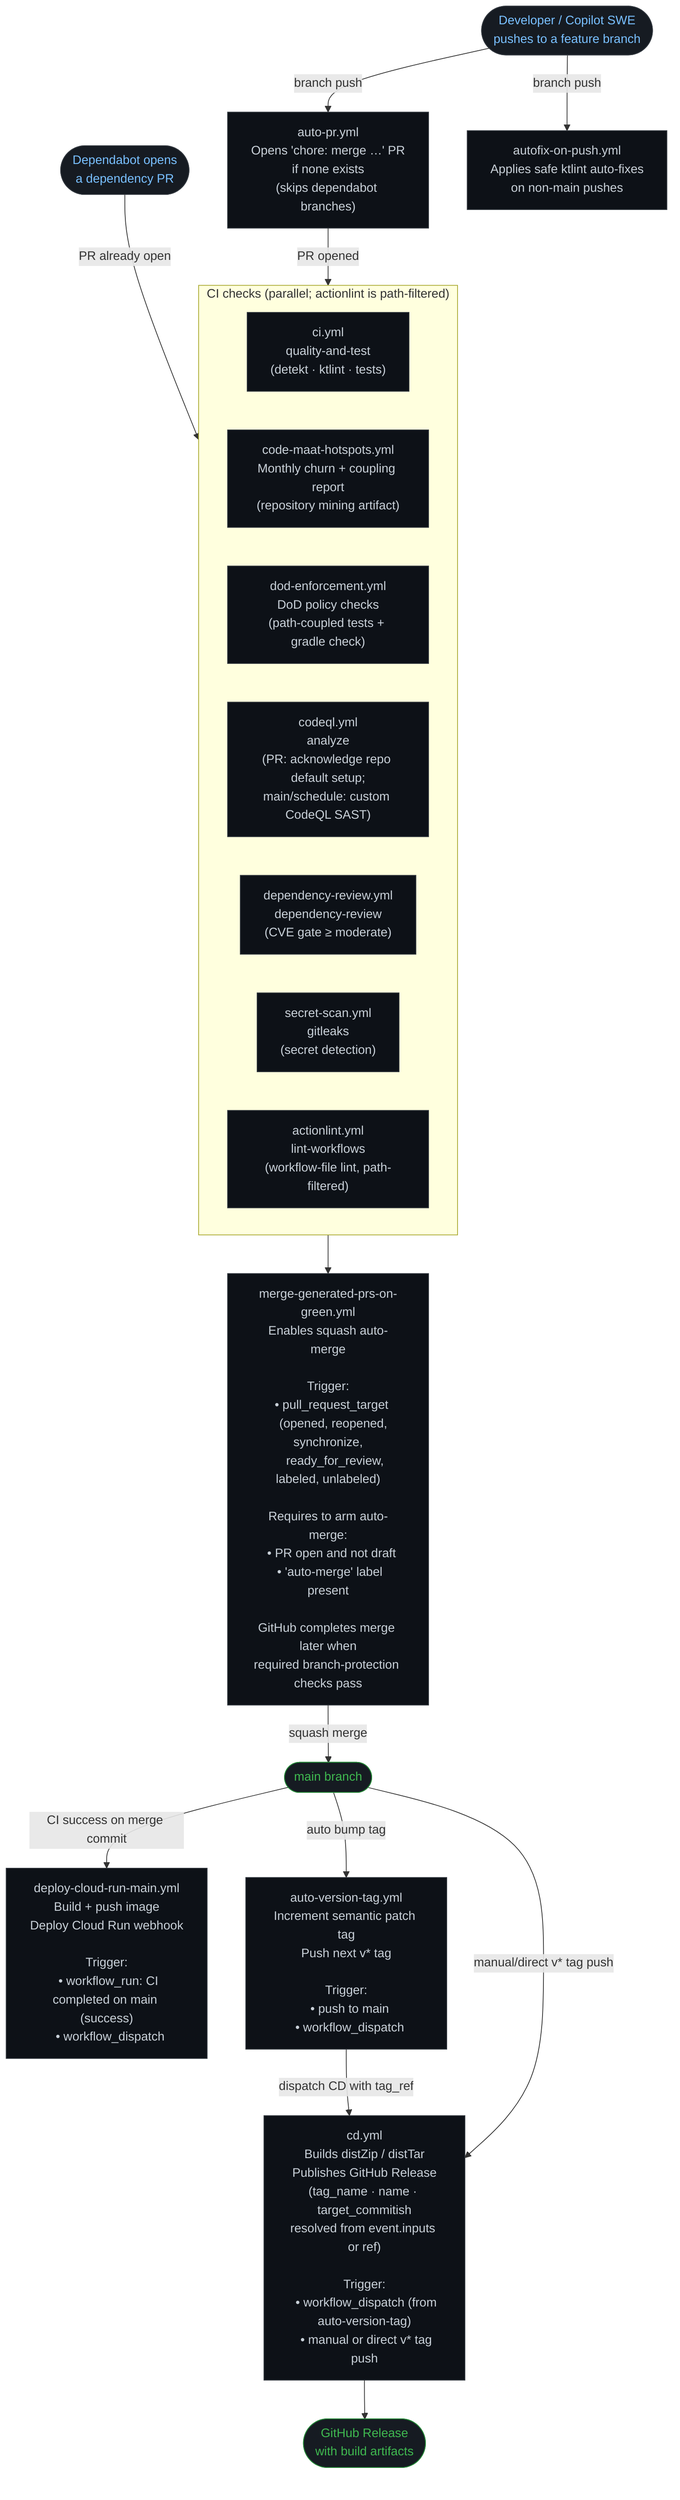
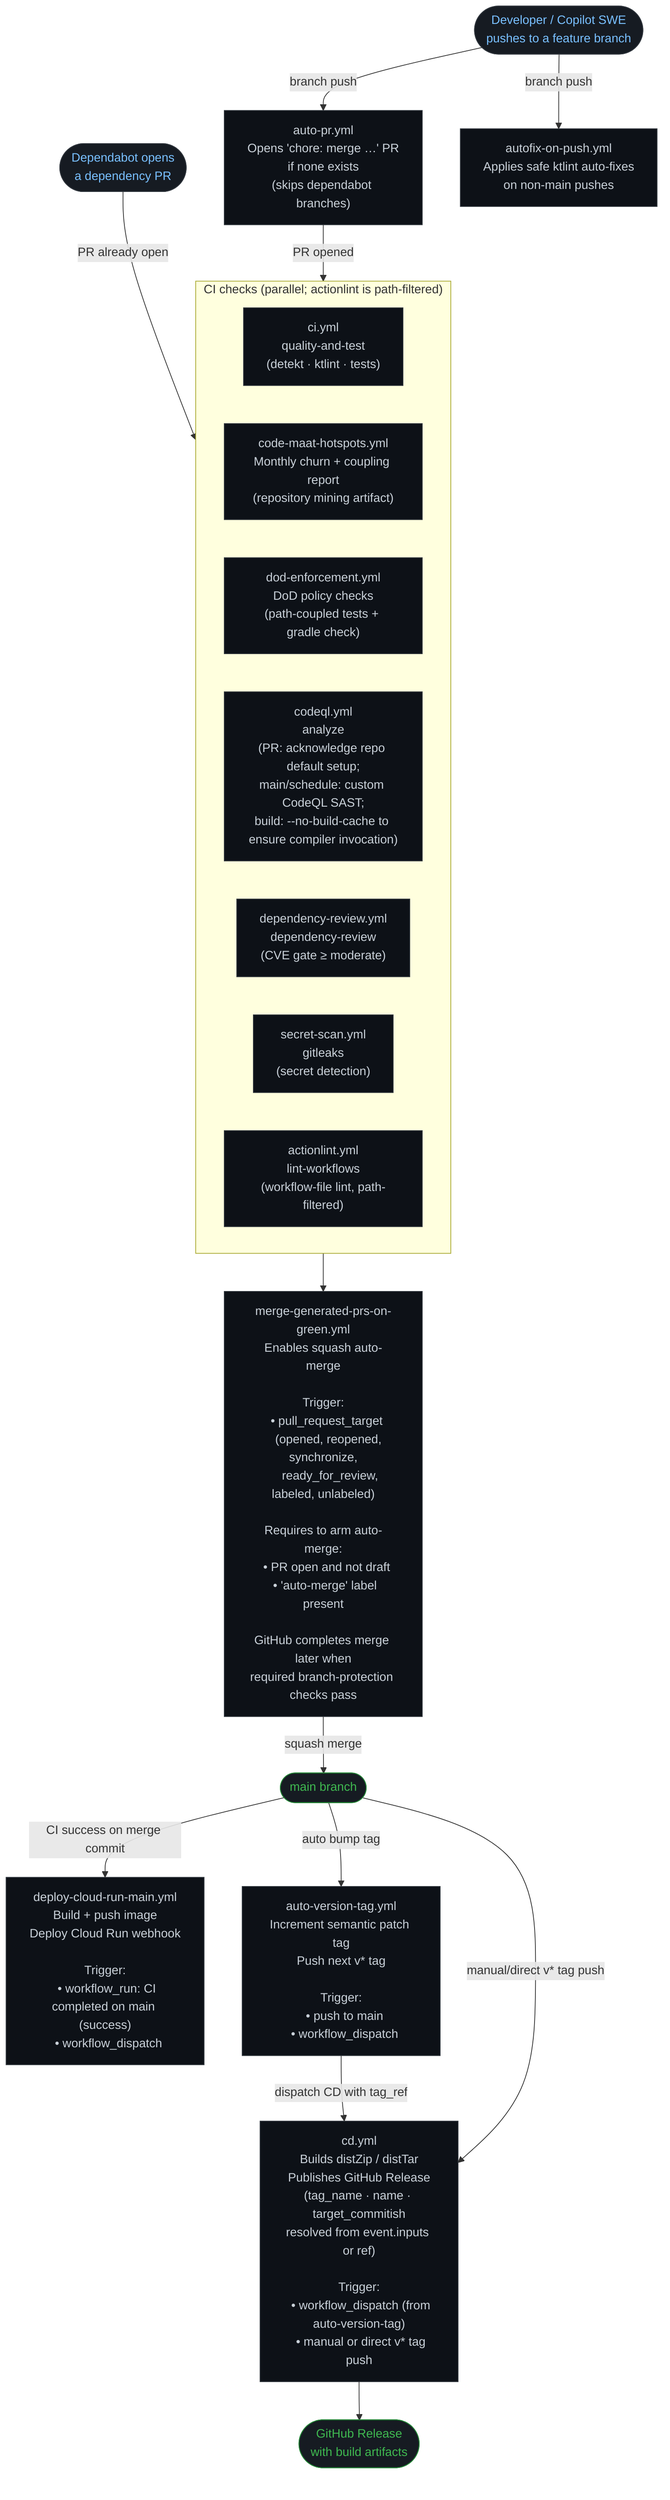
```mermaid
flowchart TD
    %% 2026-07-13: deploy-cloud-run-main workflow now builds Cloud Run env vars via shell arrays for safer YAML maintenance.
    %% 2026-07-13: Slack/WhatsApp secrets are optional and only injected when corresponding repo vars are set.
    %% 2026-07-13: deploy workflow now preflights optional secret names and runtime service account references before build/deploy.
    %% 2026-07-13: Optional secret-name vars support a 'disabled' sentinel to intentionally skip validation and secret injection.
+     %% 2026-07-14: codeql.yml build step now uses --no-build-cache so the Kotlin compiler is always invoked and CodeQL can intercept compilation.
    %% ── Entry points ──────────────────────────────────────────────────────────
    DEV([Developer / Copilot SWE\npushes to a feature branch])
    DEP([Dependabot opens\na dependency PR])

    %% ── Automation ────────────────────────────────────────────────────────────
    AUTO_PR["auto-pr.yml\nOpens 'chore: merge …' PR\nif none exists\n(skips dependabot branches)"]
    AUTOFIX["autofix-on-push.yml\nApplies safe ktlint auto-fixes\non non-main pushes"]

    %% ── Required CI checks ────────────────────────────────────────────────────
    subgraph CI ["CI checks (parallel; actionlint is path-filtered)"]
        direction LR
        CI_JOB["ci.yml\nquality-and-test\n(detekt · ktlint · tests)"]
        MAAT["code-maat-hotspots.yml\nMonthly churn + coupling report\n(repository mining artifact)"]
        DOD["dod-enforcement.yml\nDoD policy checks\n(path-coupled tests + gradle check)"]
-         CODEQL["codeql.yml\nanalyze\n(PR: acknowledge repo default setup;\nmain/schedule: custom CodeQL SAST)"]
+         CODEQL["codeql.yml\nanalyze\n(PR: acknowledge repo default setup;\nmain/schedule: custom CodeQL SAST;\nbuild: --no-build-cache to ensure compiler invocation)"]
        DEPREVIEW["dependency-review.yml\ndependency-review\n(CVE gate ≥ moderate)"]
        SECRET["secret-scan.yml\ngitleaks\n(secret detection)"]
        ACTIONLINT["actionlint.yml\nlint-workflows\n(workflow-file lint, path-filtered)"]
    end

    %% ── Merge ─────────────────────────────────────────────────────────────────
    MERGE["merge-generated-prs-on-green.yml\nEnables squash auto-merge\n\nTrigger:\n  • pull_request_target\n    (opened, reopened, synchronize,\n     ready_for_review, labeled, unlabeled)\n\nRequires to arm auto-merge:\n  • PR open and not draft\n  • 'auto-merge' label present\n\nGitHub completes merge later when\nrequired branch-protection checks pass"]

    %% ── CD ────────────────────────────────────────────────────────────────────
    MAIN([main branch])
    DEPLOY_MAIN["deploy-cloud-run-main.yml\nBuild + push image\nDeploy Cloud Run webhook\n\nTrigger:\n  • workflow_run: CI completed on main (success)\n  • workflow_dispatch"]
    AUTO_TAG["auto-version-tag.yml\nIncrement semantic patch tag\nPush next v* tag\n\nTrigger:\n  • push to main\n  • workflow_dispatch"]
    CD["cd.yml\nBuilds distZip / distTar\nPublishes GitHub Release\n(tag_name · name · target_commitish\nresolved from event.inputs or ref)\n\nTrigger:\n  • workflow_dispatch (from auto-version-tag)\n  • manual or direct v* tag push"]
    RELEASE([GitHub Release\nwith build artifacts])

    %% ── Flow ──────────────────────────────────────────────────────────────────
    DEV -->|branch push| AUTOFIX
    DEV -->|branch push| AUTO_PR
    DEP -->|PR already open| CI

    AUTO_PR -->|PR opened| CI
    CI --> MERGE

    MERGE -->|squash merge| MAIN

    MAIN -->|CI success on merge commit| DEPLOY_MAIN
    MAIN -->|auto bump tag| AUTO_TAG
    AUTO_TAG -->|dispatch CD with tag_ref| CD
    MAIN -->|manual/direct v* tag push| CD
    CD --> RELEASE

    %% ── Styling ───────────────────────────────────────────────────────────────
    classDef workflow fill:#0d1117,stroke:#30363d,color:#c9d1d9
    classDef actor    fill:#161b22,stroke:#30363d,color:#79c0ff,shape:stadium
    classDef external fill:#161b22,stroke:#238636,color:#3fb950,shape:stadium

    class AUTO_PR,AUTOFIX,CI_JOB,MAAT,DOD,CODEQL,DEPREVIEW,SECRET,ACTIONLINT,MERGE,DEPLOY_MAIN,AUTO_TAG,CD workflow
    class DEV,DEP actor
    class MAIN,RELEASE external
```
